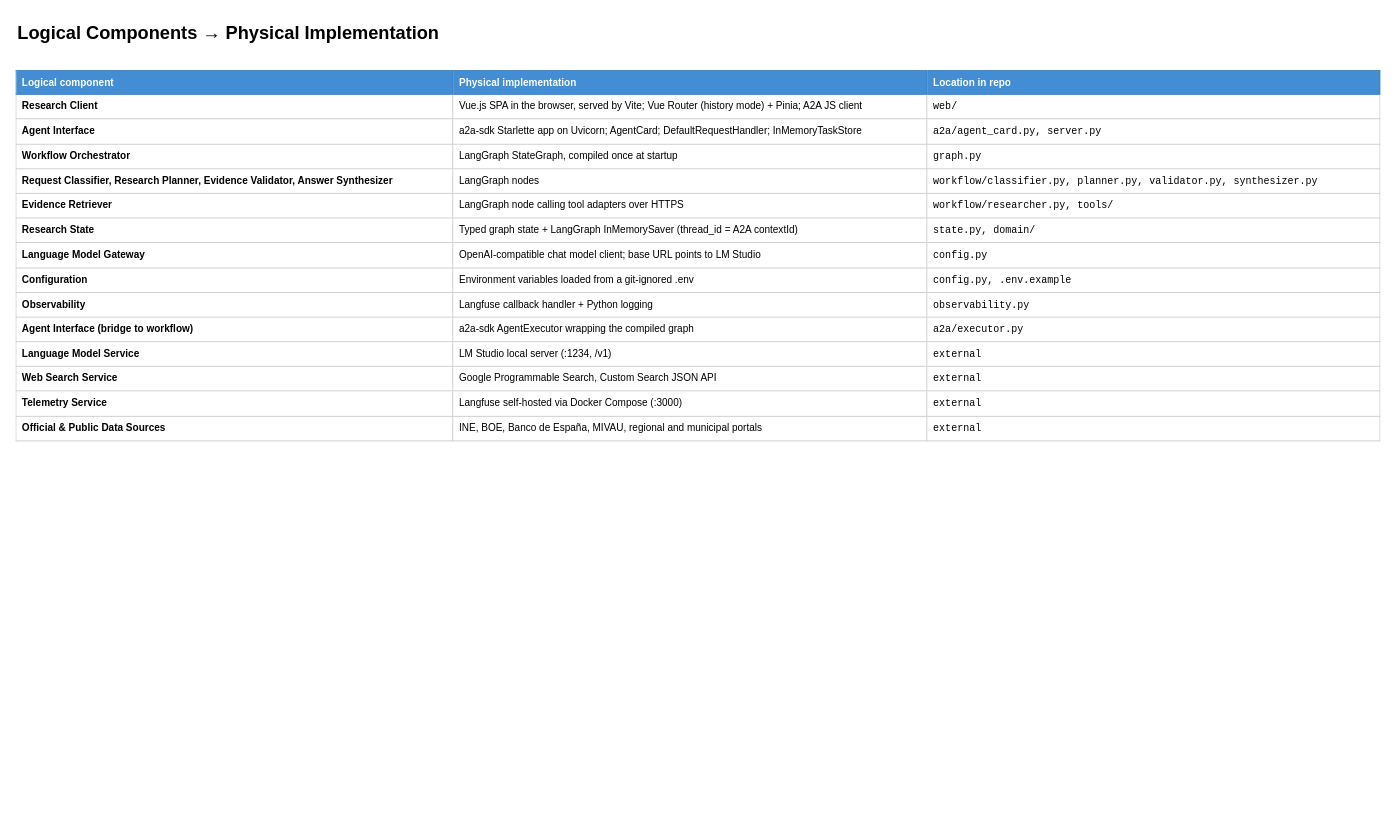
Earlier version of the draw.io diagram page "Logical to Physical Mapping" (2 of 2) of docs/architecture/physical-architecture.drawio (rtrujillor/a2a-agent-example). Source tidied: cells renumbered, new cells numbered last; positions are measured from the earlier drawing's top-left corner, leaving out a move shared by most shapes. Both pictures are drawn from the tidied source at 91%, with x=0, y=0 at pixel (15, 15).
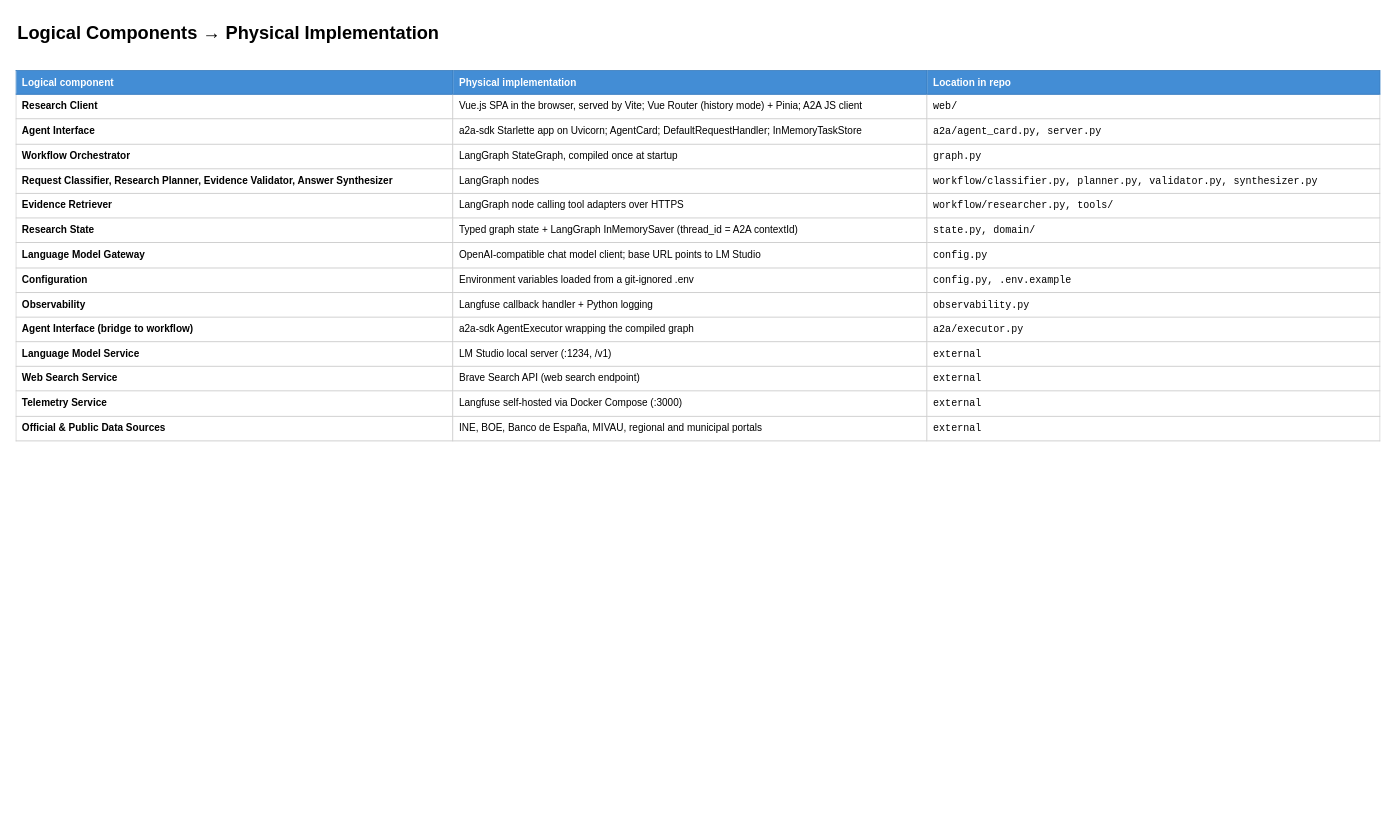
The same diagram, later.

What changed in the source:
```diff
@@
 <mxGraphModel>
   <root>
     <mxCell id="0" />
     <mxCell id="1" parent="0" />
     <mxCell id="2" value="Logical Components → Physical Implementation" style="text;html=1;align=left;verticalAlign=top;fontSize=20;fontStyle=1;" parent="1" vertex="1">
       <mxGeometry width="900" height="40" as="geometry" />
     </mxCell>
-    <mxCell id="3" value="&lt;table style='border-collapse:collapse;width:100%'&gt;&lt;tr&gt;&lt;th style='background:#438DD5;color:#fff;padding:6px;text-align:left;border:1px solid #3C7FC0'&gt;Logical component&lt;/th&gt;&lt;th style='background:#438DD5;color:#fff;padding:6px;text-align:left;border:1px solid #3C7FC0'&gt;Physical implementation&lt;/th&gt;&lt;th style='background:#438DD5;color:#fff;padding:6px;text-align:left;border:1px solid #3C7FC0'&gt;Location in repo&lt;/th&gt;&lt;/tr&gt;&lt;tr&gt;&lt;td style='padding:6px;border:1px solid #cccccc;vertical-align:top'&gt;&lt;b&gt;Research Client&lt;/b&gt;&lt;/td&gt;&lt;td style='padding:6px;border:1px solid #cccccc;vertical-align:top'&gt;Vue.js SPA in the browser, served by Vite; Vue Router (history mode) + Pinia; A2A JS client&lt;/td&gt;&lt;td style='padding:6px;border:1px solid #cccccc;vertical-align:top'&gt;&lt;code&gt;web/&lt;/code&gt;&lt;/td&gt;&lt;/tr&gt;&lt;tr&gt;&lt;td style='padding:6px;border:1px solid #cccccc;vertical-align:top'&gt;&lt;b&gt;Agent Interface&lt;/b&gt;&lt;/td&gt;&lt;td style='padding:6px;border:1px solid #cccccc;vertical-align:top'&gt;a2a-sdk Starlette app on Uvicorn; AgentCard; DefaultRequestHandler; InMemoryTaskStore&lt;/td&gt;&lt;td style='padding:6px;border:1px solid #cccccc;vertical-align:top'&gt;&lt;code&gt;a2a/agent_card.py, server.py&lt;/code&gt;&lt;/td&gt;&lt;/tr&gt;&lt;tr&gt;&lt;td style='padding:6px;border:1px solid #cccccc;vertical-align:top'&gt;&lt;b&gt;Workflow Orchestrator&lt;/b&gt;&lt;/td&gt;&lt;td style='padding:6px;border:1px solid #cccccc;vertical-align:top'&gt;LangGraph StateGraph, compiled once at startup&lt;/td&gt;&lt;td style='padding:6px;border:1px solid #cccccc;vertical-align:top'&gt;&lt;code&gt;graph.py&lt;/code&gt;&lt;/td&gt;&lt;/tr&gt;&lt;tr&gt;&lt;td style='padding:6px;border:1px solid #cccccc;vertical-align:top'&gt;&lt;b&gt;Request Classifier, Research Planner, Evidence Validator, Answer Synthesizer&lt;/b&gt;&lt;/td&gt;&lt;td style='padding:6px;border:1px solid #cccccc;vertical-align:top'&gt;LangGraph nodes&lt;/td&gt;&lt;td style='padding:6px;border:1px solid #cccccc;vertical-align:top'&gt;&lt;code&gt;workflow/classifier.py, planner.py, validator.py, synthesizer.py&lt;/code&gt;&lt;/td&gt;&lt;/tr&gt;&lt;tr&gt;&lt;td style='padding:6px;border:1px solid #cccccc;vertical-align:top'&gt;&lt;b&gt;Evidence Retriever&lt;/b&gt;&lt;/td&gt;&lt;td style='padding:6px;border:1px solid #cccccc;vertical-align:top'&gt;LangGraph node calling tool adapters over HTTPS&lt;/td&gt;&lt;td style='padding:6px;border:1px solid #cccccc;vertical-align:top'&gt;&lt;code&gt;workflow/researcher.py, tools/&lt;/code&gt;&lt;/td&gt;&lt;/tr&gt;&lt;tr&gt;&lt;td style='padding:6px;border:1px solid #cccccc;vertical-align:top'&gt;&lt;b&gt;Research State&lt;/b&gt;&lt;/td&gt;&lt;td style='padding:6px;border:1px solid #cccccc;vertical-align:top'&gt;Typed graph state + LangGraph InMemorySaver (thread_id = A2A contextId)&lt;/td&gt;&lt;td style='padding:6px;border:1px solid #cccccc;vertical-align:top'&gt;&lt;code&gt;state.py, domain/&lt;/code&gt;&lt;/td&gt;&lt;/tr&gt;&lt;tr&gt;&lt;td style='padding:6px;border:1px solid #cccccc;vertical-align:top'&gt;&lt;b&gt;Language Model Gateway&lt;/b&gt;&lt;/td&gt;&lt;td style='padding:6px;border:1px solid #cccccc;vertical-align:top'&gt;OpenAI-compatible chat model client; base URL points to LM Studio&lt;/td&gt;&lt;td style='padding:6px;border:1px solid #cccccc;vertical-align:top'&gt;&lt;code&gt;config.py&lt;/code&gt;&lt;/td&gt;&lt;/tr&gt;&lt;tr&gt;&lt;td style='padding:6px;border:1px solid #cccccc;vertical-align:top'&gt;&lt;b&gt;Configuration&lt;/b&gt;&lt;/td&gt;&lt;td style='padding:6px;border:1px solid #cccccc;vertical-align:top'&gt;Environment variables loaded from a git-ignored .env&lt;/td&gt;&lt;td style='padding:6px;border:1px solid #cccccc;vertical-align:top'&gt;&lt;code&gt;config.py, .env.example&lt;/code&gt;&lt;/td&gt;&lt;/tr&gt;&lt;tr&gt;&lt;td style='padding:6px;border:1px solid #cccccc;vertical-align:top'&gt;&lt;b&gt;Observability&lt;/b&gt;&lt;/td&gt;&lt;td style='padding:6px;border:1px solid #cccccc;vertical-align:top'&gt;Langfuse callback handler + Python logging&lt;/td&gt;&lt;td style='padding:6px;border:1px solid #cccccc;vertical-align:top'&gt;&lt;code&gt;observability.py&lt;/code&gt;&lt;/td&gt;&lt;/tr&gt;&lt;tr&gt;&lt;td style='padding:6px;border:1px solid #cccccc;vertical-align:top'&gt;&lt;b&gt;Agent Interface (bridge to workflow)&lt;/b&gt;&lt;/td&gt;&lt;td style='padding:6px;border:1px solid #cccccc;vertical-align:top'&gt;a2a-sdk AgentExecutor wrapping the compiled graph&lt;/td&gt;&lt;td style='padding:6px;border:1px solid #cccccc;vertical-align:top'&gt;&lt;code&gt;a2a/executor.py&lt;/code&gt;&lt;/td&gt;&lt;/tr&gt;&lt;tr&gt;&lt;td style='padding:6px;border:1px solid #cccccc;vertical-align:top'&gt;&lt;b&gt;Language Model Service&lt;/b&gt;&lt;/td&gt;&lt;td style='padding:6px;border:1px solid #cccccc;vertical-align:top'&gt;LM Studio local server (:1234, /v1)&lt;/td&gt;&lt;td style='padding:6px;border:1px solid #cccccc;vertical-align:top'&gt;&lt;code&gt;external&lt;/code&gt;&lt;/td&gt;&lt;/tr&gt;&lt;tr&gt;&lt;td style='padding:6px;border:1px solid #cccccc;vertical-align:top'&gt;&lt;b&gt;Web Search Service&lt;/b&gt;&lt;/td&gt;&lt;td style='padding:6px;border:1px solid #cccccc;vertical-align:top'&gt;Google Programmable Search, Custom Search JSON API&lt;/td&gt;&lt;td style='padding:6px;border:1px solid #cccccc;vertical-align:top'&gt;&lt;code&gt;external&lt;/code&gt;&lt;/td&gt;&lt;/tr&gt;&lt;tr&gt;&lt;td style='padding:6px;border:1px solid #cccccc;vertical-align:top'&gt;&lt;b&gt;Telemetry Service&lt;/b&gt;&lt;/td&gt;&lt;td style='padding:6px;border:1px solid #cccccc;vertical-align:top'&gt;Langfuse self-hosted via Docker Compose (:3000)&lt;/td&gt;&lt;td style='padding:6px;border:1px solid #cccccc;vertical-align:top'&gt;&lt;code&gt;external&lt;/code&gt;&lt;/td&gt;&lt;/tr&gt;&lt;tr&gt;&lt;td style='padding:6px;border:1px solid #cccccc;vertical-align:top'&gt;&lt;b&gt;Official &amp;amp; Public Data Sources&lt;/b&gt;&lt;/td&gt;&lt;td style='padding:6px;border:1px solid #cccccc;vertical-align:top'&gt;INE, BOE, Banco de España, MIVAU, regional and municipal portals&lt;/td&gt;&lt;td style='padding:6px;border:1px solid #cccccc;vertical-align:top'&gt;&lt;code&gt;external&lt;/code&gt;&lt;/td&gt;&lt;/tr&gt;&lt;/table&gt;" style="text;html=1;align=left;verticalAlign=top;whiteSpace=wrap;overflow=fill;fontSize=11;" parent="1" vertex="1">
+    <mxCell id="3" value="&lt;table style='border-collapse:collapse;width:100%'&gt;&lt;tr&gt;&lt;th style='background:#438DD5;color:#fff;padding:6px;text-align:left;border:1px solid #3C7FC0'&gt;Logical component&lt;/th&gt;&lt;th style='background:#438DD5;color:#fff;padding:6px;text-align:left;border:1px solid #3C7FC0'&gt;Physical implementation&lt;/th&gt;&lt;th style='background:#438DD5;color:#fff;padding:6px;text-align:left;border:1px solid #3C7FC0'&gt;Location in repo&lt;/th&gt;&lt;/tr&gt;&lt;tr&gt;&lt;td style='padding:6px;border:1px solid #cccccc;vertical-align:top'&gt;&lt;b&gt;Research Client&lt;/b&gt;&lt;/td&gt;&lt;td style='padding:6px;border:1px solid #cccccc;vertical-align:top'&gt;Vue.js SPA in the browser, served by Vite; Vue Router (history mode) + Pinia; A2A JS client&lt;/td&gt;&lt;td style='padding:6px;border:1px solid #cccccc;vertical-align:top'&gt;&lt;code&gt;web/&lt;/code&gt;&lt;/td&gt;&lt;/tr&gt;&lt;tr&gt;&lt;td style='padding:6px;border:1px solid #cccccc;vertical-align:top'&gt;&lt;b&gt;Agent Interface&lt;/b&gt;&lt;/td&gt;&lt;td style='padding:6px;border:1px solid #cccccc;vertical-align:top'&gt;a2a-sdk Starlette app on Uvicorn; AgentCard; DefaultRequestHandler; InMemoryTaskStore&lt;/td&gt;&lt;td style='padding:6px;border:1px solid #cccccc;vertical-align:top'&gt;&lt;code&gt;a2a/agent_card.py, server.py&lt;/code&gt;&lt;/td&gt;&lt;/tr&gt;&lt;tr&gt;&lt;td style='padding:6px;border:1px solid #cccccc;vertical-align:top'&gt;&lt;b&gt;Workflow Orchestrator&lt;/b&gt;&lt;/td&gt;&lt;td style='padding:6px;border:1px solid #cccccc;vertical-align:top'&gt;LangGraph StateGraph, compiled once at startup&lt;/td&gt;&lt;td style='padding:6px;border:1px solid #cccccc;vertical-align:top'&gt;&lt;code&gt;graph.py&lt;/code&gt;&lt;/td&gt;&lt;/tr&gt;&lt;tr&gt;&lt;td style='padding:6px;border:1px solid #cccccc;vertical-align:top'&gt;&lt;b&gt;Request Classifier, Research Planner, Evidence Validator, Answer Synthesizer&lt;/b&gt;&lt;/td&gt;&lt;td style='padding:6px;border:1px solid #cccccc;vertical-align:top'&gt;LangGraph nodes&lt;/td&gt;&lt;td style='padding:6px;border:1px solid #cccccc;vertical-align:top'&gt;&lt;code&gt;workflow/classifier.py, planner.py, validator.py, synthesizer.py&lt;/code&gt;&lt;/td&gt;&lt;/tr&gt;&lt;tr&gt;&lt;td style='padding:6px;border:1px solid #cccccc;vertical-align:top'&gt;&lt;b&gt;Evidence Retriever&lt;/b&gt;&lt;/td&gt;&lt;td style='padding:6px;border:1px solid #cccccc;vertical-align:top'&gt;LangGraph node calling tool adapters over HTTPS&lt;/td&gt;&lt;td style='padding:6px;border:1px solid #cccccc;vertical-align:top'&gt;&lt;code&gt;workflow/researcher.py, tools/&lt;/code&gt;&lt;/td&gt;&lt;/tr&gt;&lt;tr&gt;&lt;td style='padding:6px;border:1px solid #cccccc;vertical-align:top'&gt;&lt;b&gt;Research State&lt;/b&gt;&lt;/td&gt;&lt;td style='padding:6px;border:1px solid #cccccc;vertical-align:top'&gt;Typed graph state + LangGraph InMemorySaver (thread_id = A2A contextId)&lt;/td&gt;&lt;td style='padding:6px;border:1px solid #cccccc;vertical-align:top'&gt;&lt;code&gt;state.py, domain/&lt;/code&gt;&lt;/td&gt;&lt;/tr&gt;&lt;tr&gt;&lt;td style='padding:6px;border:1px solid #cccccc;vertical-align:top'&gt;&lt;b&gt;Language Model Gateway&lt;/b&gt;&lt;/td&gt;&lt;td style='padding:6px;border:1px solid #cccccc;vertical-align:top'&gt;OpenAI-compatible chat model client; base URL points to LM Studio&lt;/td&gt;&lt;td style='padding:6px;border:1px solid #cccccc;vertical-align:top'&gt;&lt;code&gt;config.py&lt;/code&gt;&lt;/td&gt;&lt;/tr&gt;&lt;tr&gt;&lt;td style='padding:6px;border:1px solid #cccccc;vertical-align:top'&gt;&lt;b&gt;Configuration&lt;/b&gt;&lt;/td&gt;&lt;td style='padding:6px;border:1px solid #cccccc;vertical-align:top'&gt;Environment variables loaded from a git-ignored .env&lt;/td&gt;&lt;td style='padding:6px;border:1px solid #cccccc;vertical-align:top'&gt;&lt;code&gt;config.py, .env.example&lt;/code&gt;&lt;/td&gt;&lt;/tr&gt;&lt;tr&gt;&lt;td style='padding:6px;border:1px solid #cccccc;vertical-align:top'&gt;&lt;b&gt;Observability&lt;/b&gt;&lt;/td&gt;&lt;td style='padding:6px;border:1px solid #cccccc;vertical-align:top'&gt;Langfuse callback handler + Python logging&lt;/td&gt;&lt;td style='padding:6px;border:1px solid #cccccc;vertical-align:top'&gt;&lt;code&gt;observability.py&lt;/code&gt;&lt;/td&gt;&lt;/tr&gt;&lt;tr&gt;&lt;td style='padding:6px;border:1px solid #cccccc;vertical-align:top'&gt;&lt;b&gt;Agent Interface (bridge to workflow)&lt;/b&gt;&lt;/td&gt;&lt;td style='padding:6px;border:1px solid #cccccc;vertical-align:top'&gt;a2a-sdk AgentExecutor wrapping the compiled graph&lt;/td&gt;&lt;td style='padding:6px;border:1px solid #cccccc;vertical-align:top'&gt;&lt;code&gt;a2a/executor.py&lt;/code&gt;&lt;/td&gt;&lt;/tr&gt;&lt;tr&gt;&lt;td style='padding:6px;border:1px solid #cccccc;vertical-align:top'&gt;&lt;b&gt;Language Model Service&lt;/b&gt;&lt;/td&gt;&lt;td style='padding:6px;border:1px solid #cccccc;vertical-align:top'&gt;LM Studio local server (:1234, /v1)&lt;/td&gt;&lt;td style='padding:6px;border:1px solid #cccccc;vertical-align:top'&gt;&lt;code&gt;external&lt;/code&gt;&lt;/td&gt;&lt;/tr&gt;&lt;tr&gt;&lt;td style='padding:6px;border:1px solid #cccccc;vertical-align:top'&gt;&lt;b&gt;Web Search Service&lt;/b&gt;&lt;/td&gt;&lt;td style='padding:6px;border:1px solid #cccccc;vertical-align:top'&gt;Brave Search API (web search endpoint)&lt;/td&gt;&lt;td style='padding:6px;border:1px solid #cccccc;vertical-align:top'&gt;&lt;code&gt;external&lt;/code&gt;&lt;/td&gt;&lt;/tr&gt;&lt;tr&gt;&lt;td style='padding:6px;border:1px solid #cccccc;vertical-align:top'&gt;&lt;b&gt;Telemetry Service&lt;/b&gt;&lt;/td&gt;&lt;td style='padding:6px;border:1px solid #cccccc;vertical-align:top'&gt;Langfuse self-hosted via Docker Compose (:3000)&lt;/td&gt;&lt;td style='padding:6px;border:1px solid #cccccc;vertical-align:top'&gt;&lt;code&gt;external&lt;/code&gt;&lt;/td&gt;&lt;/tr&gt;&lt;tr&gt;&lt;td style='padding:6px;border:1px solid #cccccc;vertical-align:top'&gt;&lt;b&gt;Official &amp;amp; Public Data Sources&lt;/b&gt;&lt;/td&gt;&lt;td style='padding:6px;border:1px solid #cccccc;vertical-align:top'&gt;INE, BOE, Banco de España, MIVAU, regional and municipal portals&lt;/td&gt;&lt;td style='padding:6px;border:1px solid #cccccc;vertical-align:top'&gt;&lt;code&gt;external&lt;/code&gt;&lt;/td&gt;&lt;/tr&gt;&lt;/table&gt;" style="text;html=1;align=left;verticalAlign=top;whiteSpace=wrap;overflow=fill;fontSize=11;" parent="1" vertex="1">
       <mxGeometry y="60" width="1500" height="820" as="geometry" />
     </mxCell>
   </root>
 </mxGraphModel>
```
